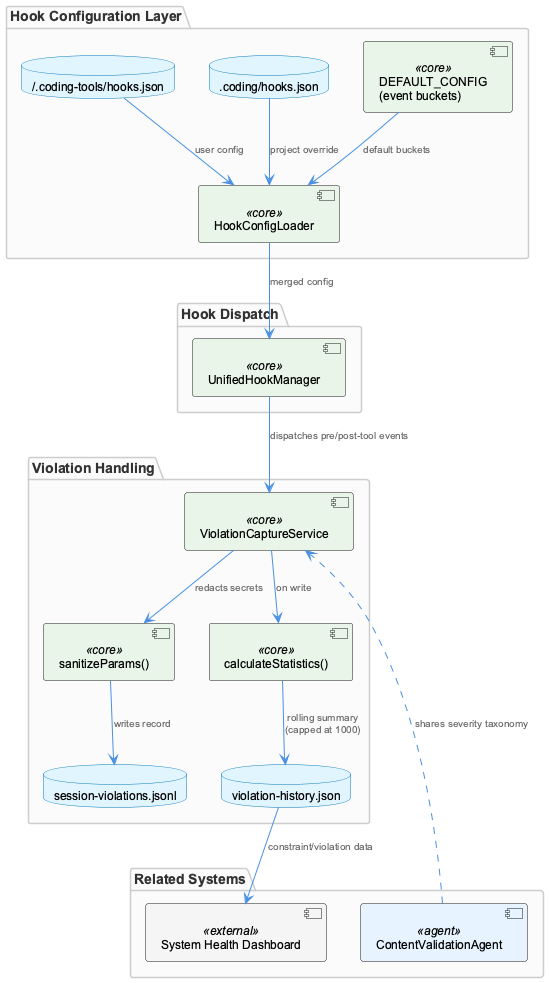
Earlier version of the PlantUML export knowledge-management/insights/images/constraint-system-architecture.png (fwornle/coding).
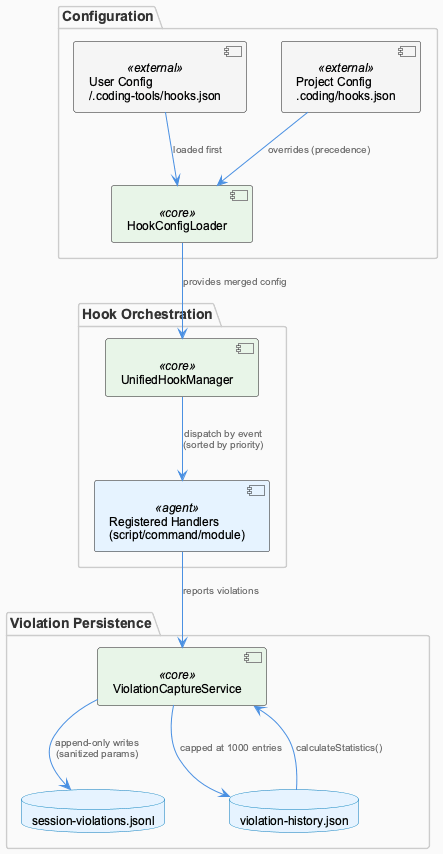
After the change.

Diff of the diagram source:
```diff
@@ -1,42 +1,30 @@
 @startuml
 !include /Users/Q284340/Agentic/coding/docs/puml/_standard-style.puml
 
-package "Hook Configuration Layer" {
+package "Configuration" {
+  component "User Config\n~/.coding-tools/hooks.json" as userCfg <<external>>
+  component "Project Config\n.coding/hooks.json" as projCfg <<external>>
   component "HookConfigLoader" as loader <<core>>
-  database "~/.coding-tools/hooks.json" as userCfg
-  database ".coding/hooks.json" as projCfg
-  component "DEFAULT_CONFIG\n(event buckets)" as defaults <<core>>
 }
 
-package "Hook Dispatch" {
+package "Hook Orchestration" {
   component "UnifiedHookManager" as manager <<core>>
+  component "Registered Handlers\n(script/command/module)" as handlers <<agent>>
 }
 
-package "Violation Handling" {
+package "Violation Persistence" {
   component "ViolationCaptureService" as capture <<core>>
-  component "sanitizeParams()" as sanitize <<core>>
-  component "calculateStatistics()" as stats <<core>>
   database "session-violations.jsonl" as jsonl
   database "violation-history.json" as history
 }
 
-package "Related Systems" {
-  component "ContentValidationAgent" as content <<agent>>
-  component "System Health Dashboard" as dashboard <<external>>
-}
-
-userCfg --> loader : "user config"
-projCfg --> loader : "project override"
-defaults --> loader : "default buckets"
-loader --> manager : "merged config"
-
-manager --> capture : "dispatches pre/post-tool events"
-capture --> sanitize : "redacts secrets"
-sanitize --> jsonl : "writes record"
-capture --> stats : "on write"
-stats --> history : "rolling summary\n(capped at 1000)"
-
-history --> dashboard : "constraint/violation data"
-content ..> capture : "shares severity taxonomy"
+userCfg --> loader : "loaded first"
+projCfg --> loader : "overrides (precedence)"
+loader --> manager : "provides merged config"
+manager --> handlers : "dispatch by event\n(sorted by priority)"
+handlers --> capture : "reports violations"
+capture --> jsonl : "append-only writes\n(sanitized params)"
+capture --> history : "capped at 1000 entries"
+history --> capture : "calculateStatistics()"
 
 @enduml
```
